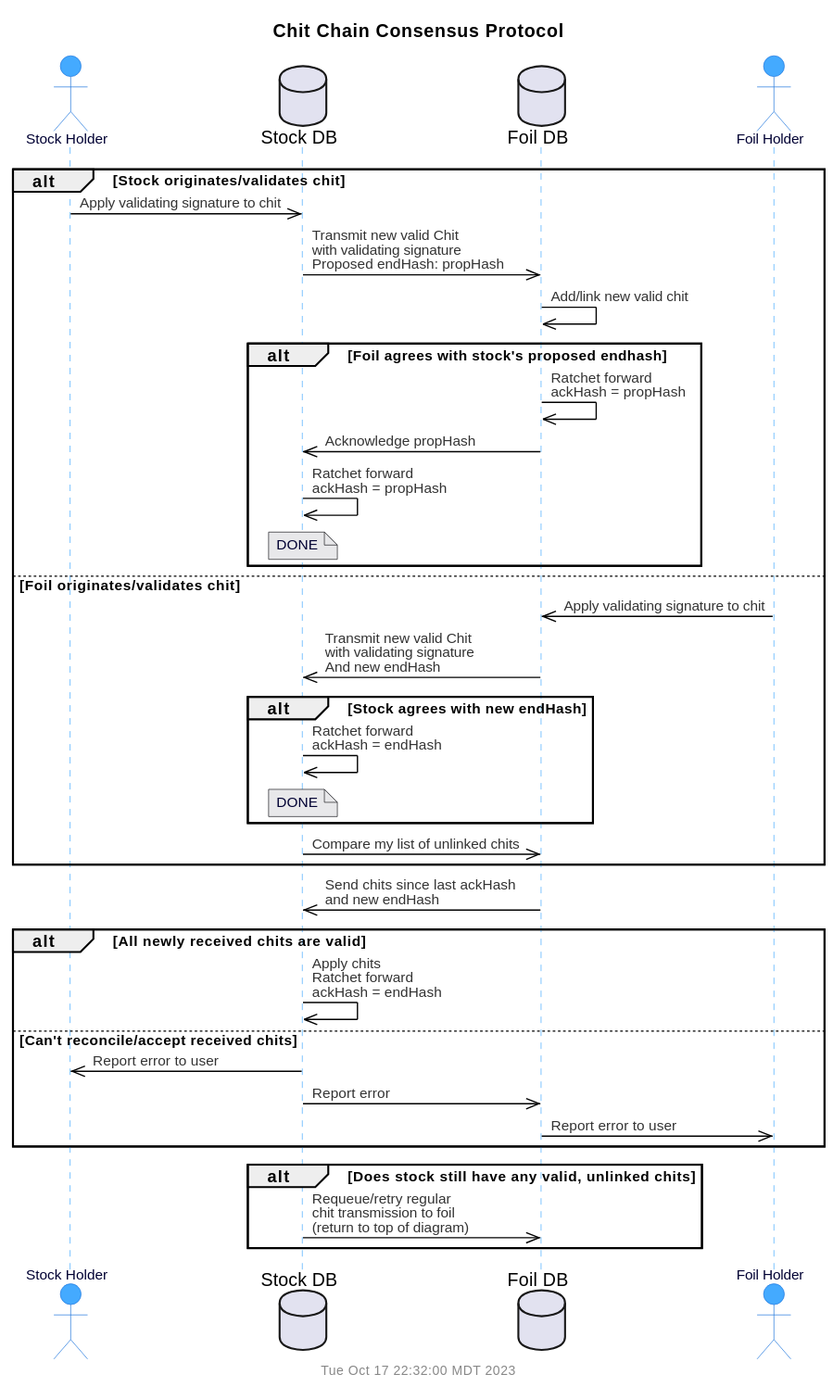
This is doc/uml/seq-cons.svg from gotchoices/MyCHIPs, a PlantUML export, as it was before one commit.
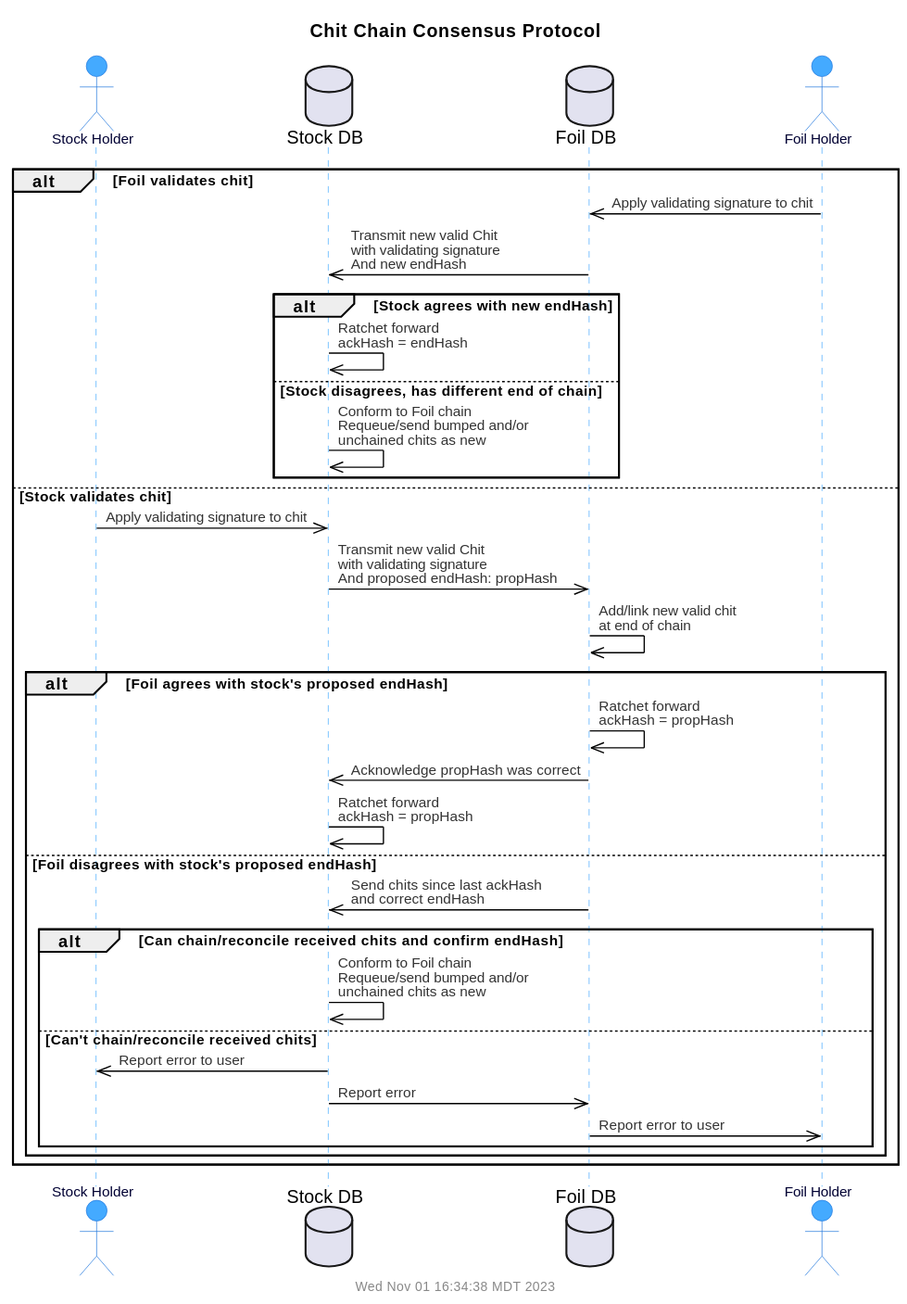
Above is the later version.

Change to the diagram source:
```diff
@@ -6,41 +6,38 @@
 database "Foil DB" as foil
 actor "Foil Holder" as client
 
-alt Stock originates/validates chit
-  vendor	->>	stock:		Apply validating signature to chit
-  stock		->>	foil:		Transmit new valid Chit\nwith validating signature\nProposed endHash: propHash
-  foil		->>	foil:		Add/link new valid chit
-
-  alt Foil agrees with stock's proposed endhash
-    foil		->>	foil:		Ratchet forward\nackHash = propHash
-    foil		->>	stock:		Acknowledge propHash
-    stock		->>	stock:		Ratchet forward\nackHash = propHash
-    note over stock: DONE
-  end
-
-else Foil originates/validates chit
+alt Foil validates chit
   client	->>	foil:		Apply validating signature to chit
   foil		->>	stock:		Transmit new valid Chit\nwith validating signature\nAnd new endHash
 
   alt Stock agrees with new endHash
-    stock		->>	stock:		Ratchet forward\nackHash = endHash
-    note over stock: DONE
+    stock	->>	stock:		Ratchet forward\nackHash = endHash
+  else Stock disagrees, has different end of chain
+    stock	->>	stock:		Conform to Foil chain\nRequeue/send bumped and/or\nunchained chits as new
   end
 
-  stock		->>	foil:		Compare my list of unlinked chits
+else Stock validates chit
+  vendor	->>	stock:		Apply validating signature to chit
+  stock		->>	foil:		Transmit new valid Chit\nwith validating signature\nAnd proposed endHash: propHash
+  foil		->>	foil:		Add/link new valid chit\nat end of chain
+
+  alt Foil agrees with stock's proposed endHash
+    foil	->>	foil:		Ratchet forward\nackHash = propHash
+    foil	->>	stock:		Acknowledge propHash was correct
+    stock	->>	stock:		Ratchet forward\nackHash = propHash
+
+  else Foil disagrees with stock's proposed endHash
+    foil	->>	stock:		Send chits since last ackHash\nand correct endHash
+
+    alt Can chain/reconcile received chits and confirm endHash
+      stock	->>	stock:		Conform to Foil chain\nRequeue/send bumped and/or\nunchained chits as new
+    else Can't chain/reconcile received chits
+      stock	->>	vendor:		Report error to user
+      stock	->>	foil:		Report error
+      foil	->>	client:		Report error to user
+    end
+  end
+
 end
 
-foil		->>	stock:		Send chits since last ackHash\nand new endHash
-
-alt All newly received chits are valid
-  stock		->>	stock:		Apply chits\nRatchet forward\nackHash = endHash
-else Can't reconcile/accept received chits
-  stock		->>	vendor:		Report error to user
-  stock		->>	foil:		Report error
-  foil		->>	client:		Report error to user
-end
-
-alt Does stock still have any valid, unlinked chits
-  stock		->>	foil:		Requeue/retry regular\nchit transmission to foil\n(return to top of diagram)
-end
 @enduml
```
